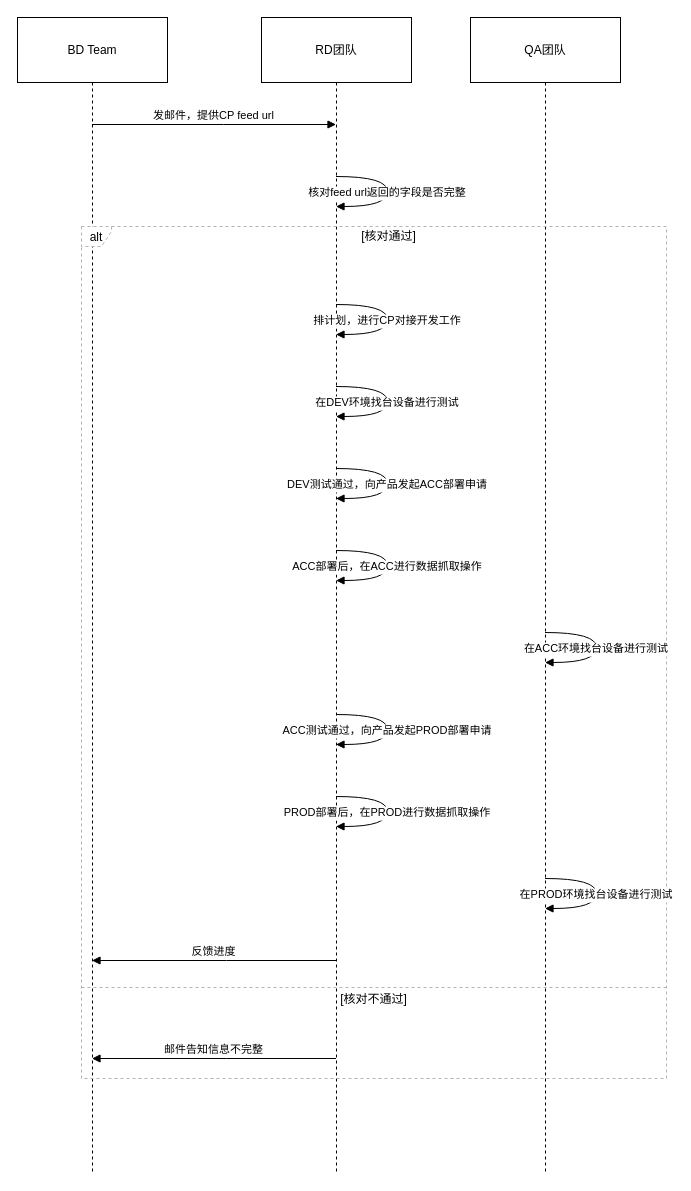
Earlier version of the draw.io diagram update/cp对接流程.drawio (stevezhouht/baiduCDP). Source tidied: cells renumbered, new cells numbered last; positions are measured from the earlier drawing's top-left corner, leaving out a move shared by most shapes. Both pictures are drawn from the tidied source at 100%, with x=0, y=0 at pixel (17, 17).
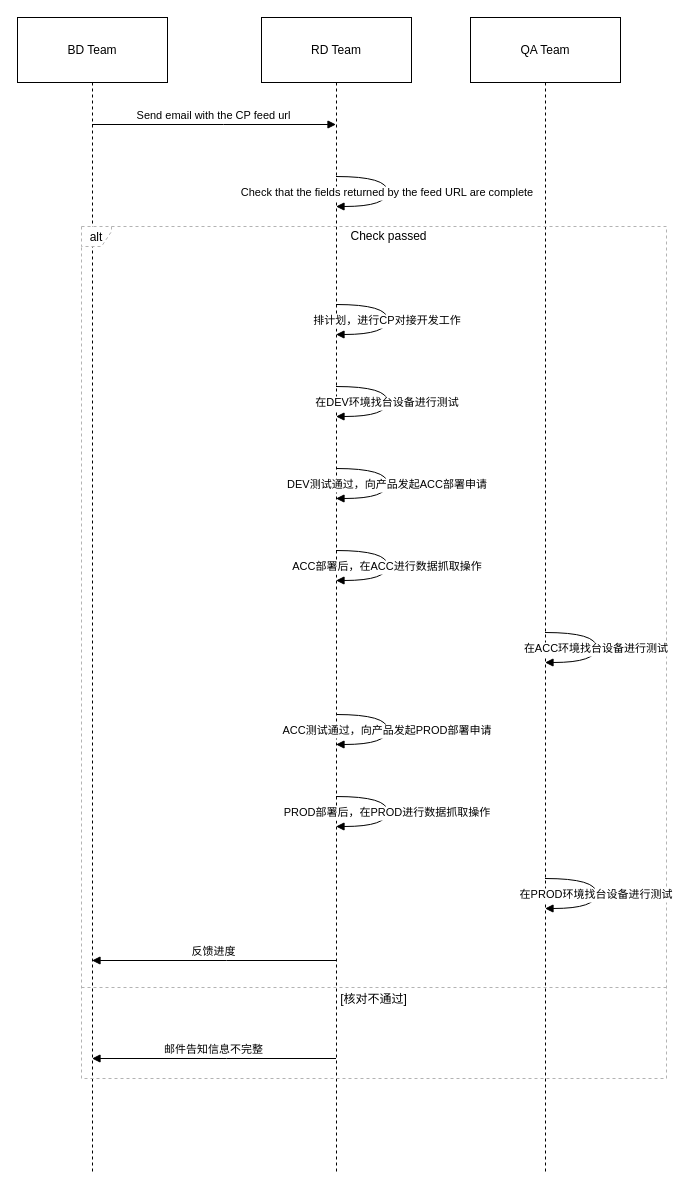
Above is the later version.

Commit message (it also covers changes not shown here):
更新cp对接流程.drawio

Unchanged cells that the change refers to:
```xml
<mxCell id="2" value="BD Team" style="shape=umlLifeline;perimeter=lifelinePerimeter;whiteSpace=wrap;outlineConnect=0;portConstraint=eastwest;newEdgeStyle={&quot;edgeStyle&quot;:&quot;elbowEdgeStyle&quot;,&quot;elbow&quot;:&quot;vertical&quot;,&quot;curved&quot;:0,&quot;rounded&quot;:0};size=65;" parent="1" vertex="1">
  <mxGeometry width="150" height="1156" as="geometry" />
</mxCell>
<mxCell id="5" value="alt" style="shape=umlFrame;dashed=1;strokeColor=#B3B3B3;height=20;width=30;" parent="1" vertex="1">
  <mxGeometry x="64" y="209" width="585" height="852" as="geometry" />
</mxCell>
```

Diff of the diagram source:
```diff
@@
-    <mxCell id="3" value="RD团队" style="shape=umlLifeline;perimeter=lifelinePerimeter;whiteSpace=wrap;outlineConnect=0;portConstraint=eastwest;newEdgeStyle={&quot;edgeStyle&quot;:&quot;elbowEdgeStyle&quot;,&quot;elbow&quot;:&quot;vertical&quot;,&quot;curved&quot;:0,&quot;rounded&quot;:0};size=65;" parent="1" vertex="1">
+    <mxCell id="3" value="RD Team" style="shape=umlLifeline;perimeter=lifelinePerimeter;whiteSpace=wrap;outlineConnect=0;portConstraint=eastwest;newEdgeStyle={&quot;edgeStyle&quot;:&quot;elbowEdgeStyle&quot;,&quot;elbow&quot;:&quot;vertical&quot;,&quot;curved&quot;:0,&quot;rounded&quot;:0};size=65;" parent="1" vertex="1">
       <mxGeometry x="244" width="150" height="1156" as="geometry" />
     </mxCell>
-    <mxCell id="4" value="QA团队" style="shape=umlLifeline;perimeter=lifelinePerimeter;whiteSpace=wrap;outlineConnect=0;portConstraint=eastwest;newEdgeStyle={&quot;edgeStyle&quot;:&quot;elbowEdgeStyle&quot;,&quot;elbow&quot;:&quot;vertical&quot;,&quot;curved&quot;:0,&quot;rounded&quot;:0};size=65;" parent="1" vertex="1">
+    <mxCell id="4" value="QA Team" style="shape=umlLifeline;perimeter=lifelinePerimeter;whiteSpace=wrap;outlineConnect=0;portConstraint=eastwest;newEdgeStyle={&quot;edgeStyle&quot;:&quot;elbowEdgeStyle&quot;,&quot;elbow&quot;:&quot;vertical&quot;,&quot;curved&quot;:0,&quot;rounded&quot;:0};size=65;" parent="1" vertex="1">
       <mxGeometry x="453" width="150" height="1156" as="geometry" />
     </mxCell>
@@
-    <mxCell id="6" value="[核对通过]" style="text;strokeColor=none;fillColor=none;align=center;verticalAlign=middle;whiteSpace=wrap;" parent="5" vertex="1">
+    <mxCell id="6" value="Check passed" style="text;strokeColor=none;fillColor=none;align=center;verticalAlign=middle;whiteSpace=wrap;" parent="5" vertex="1">
       <mxGeometry x="30" width="555" height="20" as="geometry" />
     </mxCell>
@@
-    <mxCell id="8" value="发邮件，提供CP feed url" style="verticalAlign=bottom;edgeStyle=elbowEdgeStyle;elbow=vertical;curved=0;rounded=0;endArrow=block;" parent="1" edge="1" source="2" target="3">
+    <mxCell id="8" value="Send email with the CP feed url" style="verticalAlign=bottom;edgeStyle=elbowEdgeStyle;elbow=vertical;curved=0;rounded=0;endArrow=block;" parent="1" edge="1" source="2" target="3">
       <mxGeometry relative="1" as="geometry">
         <Array as="points">
           <mxPoint x="206" y="107" />
         </Array>
       </mxGeometry>
     </mxCell>
-    <mxCell id="9" value="核对feed url返回的字段是否完整" style="curved=1;endArrow=block;rounded=0;" parent="1" edge="1" source="3" target="3">
+    <mxCell id="9" value="Check that the fields returned by the feed URL are complete" style="curved=1;endArrow=block;rounded=0;" parent="1" edge="1" source="3" target="3">
       <mxGeometry relative="1" as="geometry">
         <Array as="points">
           <mxPoint x="370" y="159" />
           <mxPoint x="370" y="189" />
         </Array>
       </mxGeometry>
     </mxCell>
```
